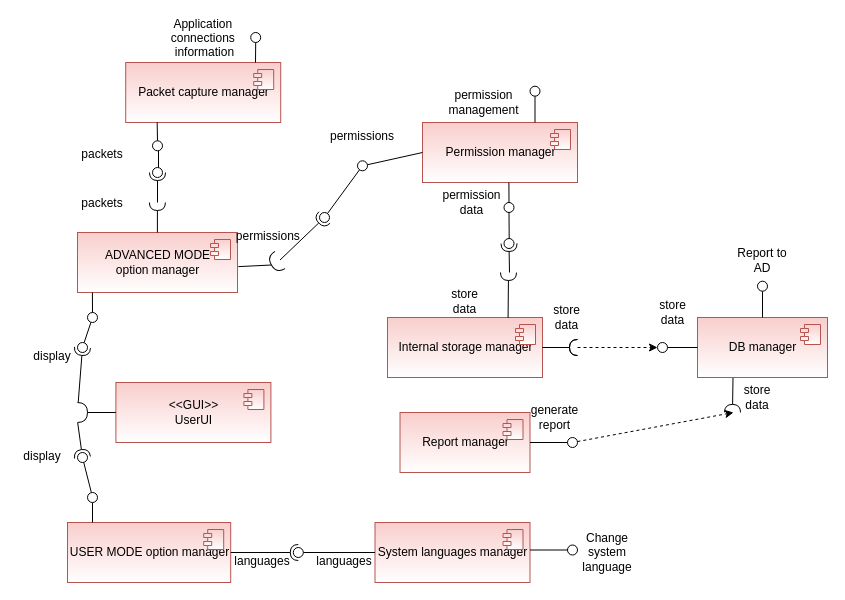
Earlier version of the draw.io diagram SAD/Diagrams/component_diagram.drawio (devmf027/CyberWall). Source tidied: cells renumbered, new cells numbered last; positions are measured from the earlier drawing's top-left corner, leaving out a move shared by most shapes. Both pictures are drawn from the tidied source at 100%, with x=0, y=0 at pixel (17, 24).
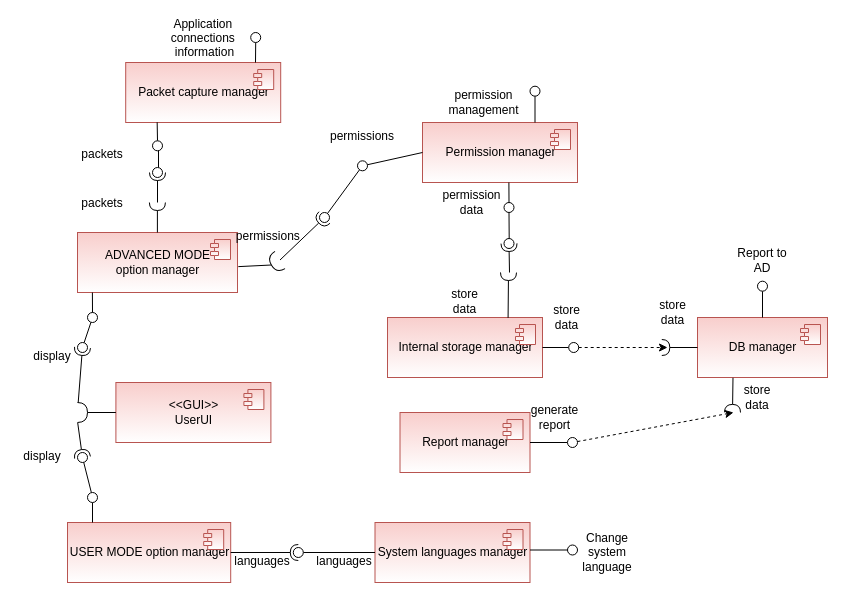
The same diagram, later.

Unchanged cells that the change refers to:
```xml
<mxCell id="4" value="DB manager" style="html=1;fillColor=#f8cecc;strokeColor=#b85450;gradientColor=#ffffff;" parent="1" vertex="1">
  <mxGeometry x="680" y="293" width="130" height="60" as="geometry" />
</mxCell>
<mxCell id="18" value="Internal storage manager" style="html=1;fillColor=#f8cecc;strokeColor=#b85450;gradientColor=#ffffff;" parent="1" vertex="1">
  <mxGeometry x="370" y="293" width="155" height="60" as="geometry" />
</mxCell>
```

Diff of the diagram source:
```diff
@@
-    <mxCell id="44" style="rounded=0;jettySize=auto;html=1;endArrow=none;endFill=0;sketch=0;sourcePerimeterSpacing=0;targetPerimeterSpacing=0;exitX=0;exitY=0.5;exitDx=0;exitDy=0;" parent="1" edge="1" source="4" target="46">
+    <mxCell id="44" style="rounded=0;jettySize=auto;html=1;endArrow=none;endFill=0;sketch=0;sourcePerimeterSpacing=0;targetPerimeterSpacing=0;exitX=1;exitY=0.5;exitDx=0;exitDy=0;" parent="1" edge="1" source="18" target="46">
       <mxGeometry relative="1" as="geometry" />
     </mxCell>
-    <mxCell id="45" style="rounded=0;jettySize=auto;html=1;endArrow=halfCircle;endFill=0;endSize=6;strokeWidth=1;sketch=0;exitX=1;exitY=0.5;exitDx=0;exitDy=0;" parent="1" edge="1" source="18">
-      <mxGeometry relative="1" as="geometry">
-        <mxPoint x="560" y="323" as="targetPoint" />
-      </mxGeometry>
-    </mxCell>
     <mxCell id="46" style="ellipse;whiteSpace=wrap;html=1;align=center;points=[];outlineConnect=0;sketch=0;" parent="1" vertex="1">
-      <mxGeometry x="640" y="318" width="10" height="10" as="geometry" />
+      <mxGeometry x="551.2" y="318" width="10" height="10" as="geometry" />
     </mxCell>
-    <mxCell id="47" style="endArrow=classic;html=1;rounded=0;dashed=1;" parent="1" edge="1" target="46">
-      <mxGeometry relative="1" as="geometry">
-        <mxPoint x="560" y="323" as="sourcePoint" />
-      </mxGeometry>
-    </mxCell>
@@
-    <mxCell id="79" style="rounded=0;orthogonalLoop=1;jettySize=auto;html=1;endArrow=halfCircle;endFill=0;endSize=6;strokeWidth=1;sketch=0;exitX=1;exitY=0.5;exitDx=0;exitDy=0;" parent="1" edge="1">
-      <mxGeometry relative="1" as="geometry">
-        <mxPoint x="525" y="323" as="sourcePoint" />
-        <mxPoint x="560" y="323" as="targetPoint" />
-      </mxGeometry>
-    </mxCell>
@@
+    <mxCell id="90" style="rounded=0;jettySize=auto;html=1;endArrow=halfCircle;endFill=0;endSize=6;strokeWidth=1;sketch=0;exitX=0;exitY=0.5;exitDx=0;exitDy=0;" parent="1" edge="1" source="4">
+      <mxGeometry relative="1" as="geometry">
+        <mxPoint x="644.3" y="323" as="targetPoint" />
+      </mxGeometry>
+    </mxCell>
+    <mxCell id="91" style="endArrow=classic;html=1;rounded=0;dashed=1;" parent="1" edge="1" source="46">
+      <mxGeometry relative="1" as="geometry">
+        <mxPoint x="650" y="323" as="targetPoint" />
+      </mxGeometry>
+    </mxCell>
```
